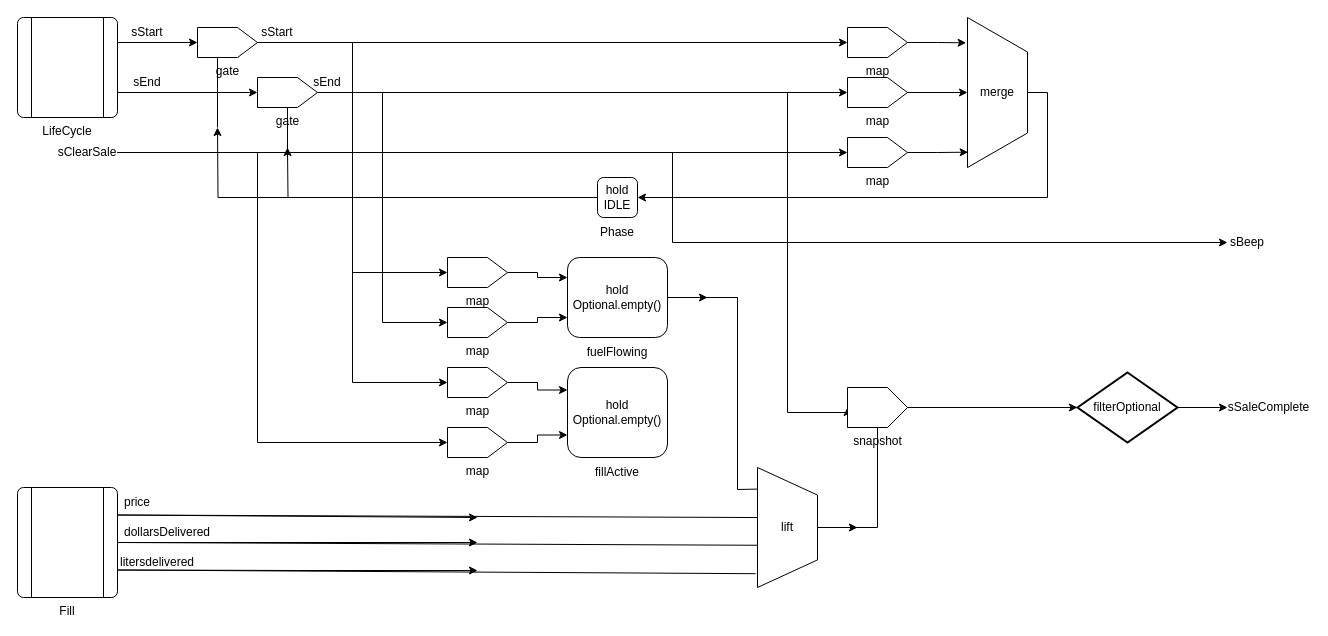
Above: NotifyPointOfSale.drawio in suzuki-taro-29/FRP-chap4-diagrams (draw.io), before the change. Source tidied: cells renumbered, new cells numbered last; positions are measured from the earlier drawing's top-left corner, leaving out a move shared by most shapes. Both pictures are drawn from the tidied source at 100%, with x=0, y=0 at pixel (17, 17).
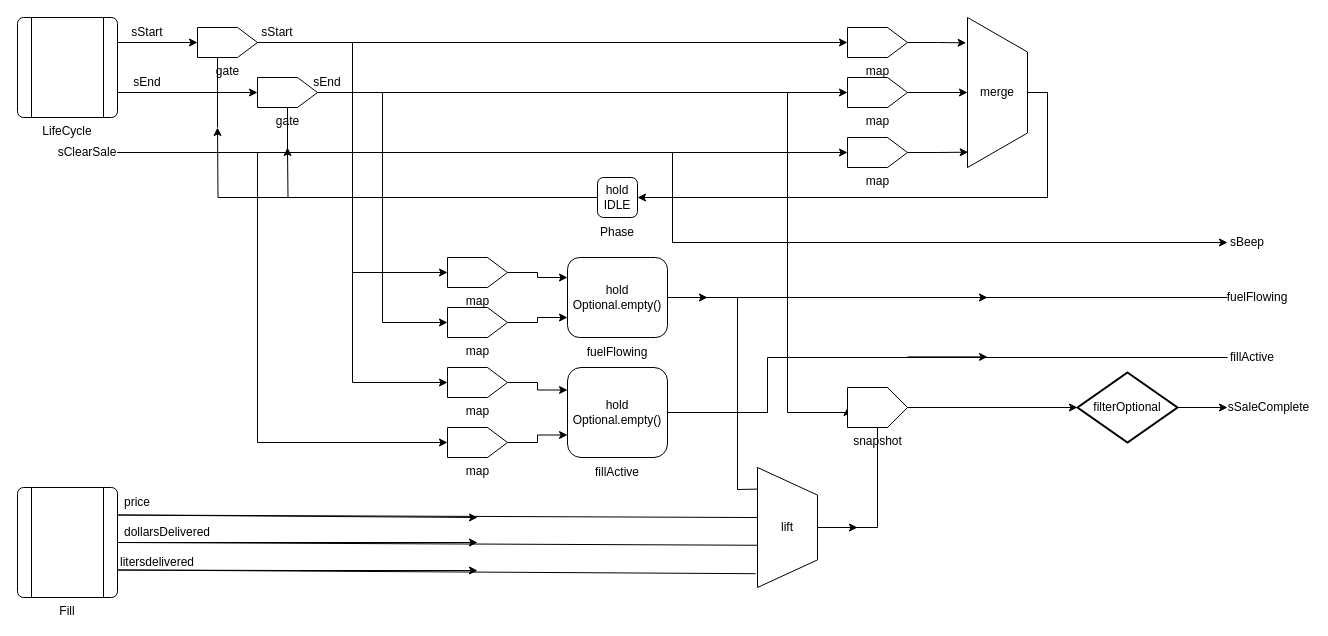
The same diagram, later.

Commit message:
NotifyPointOfSale.drawio を更新します

The change refers to these unchanged cells:
```xml
<mxCell id="17" value="hold&lt;div&gt;Optional.empty()&lt;/div&gt;" style="rounded=1;whiteSpace=wrap;html=1;" parent="1" vertex="1">
  <mxGeometry x="550" y="240" width="100" height="80" as="geometry" />
</mxCell>
<mxCell id="18" value="hold&lt;div&gt;Optional.empty()&lt;/div&gt;" style="rounded=1;whiteSpace=wrap;html=1;" parent="1" vertex="1">
  <mxGeometry x="550" y="350" width="100" height="90" as="geometry" />
</mxCell>
```

What changed in the source:
```diff
@@
+    <mxCell id="69" style="endArrow=none;html=1;rounded=0;exitX=1;exitY=0.5;exitDx=0;exitDy=0;entryX=0;entryY=0.5;entryDx=0;entryDy=0;" parent="1" edge="1" source="18" target="71">
+      <mxGeometry relative="1" as="geometry">
+        <Array as="points">
+          <mxPoint x="750" y="395" />
+          <mxPoint x="750" y="340" />
+        </Array>
+      </mxGeometry>
+    </mxCell>
+    <mxCell id="70" style="endArrow=classic;html=1;rounded=0;" parent="1" edge="1">
+      <mxGeometry relative="1" as="geometry">
+        <mxPoint x="890" y="339.4" as="sourcePoint" />
+        <mxPoint x="970" y="339.4" as="targetPoint" />
+      </mxGeometry>
+    </mxCell>
+    <mxCell id="71" value="fillActive" style="text;html=1;align=center;verticalAlign=middle;whiteSpace=wrap;rounded=0;" parent="1" vertex="1">
+      <mxGeometry x="1210" y="325" width="50" height="30" as="geometry" />
+    </mxCell>
+    <mxCell id="72" value="fuelFlowing" style="text;html=1;align=center;verticalAlign=middle;whiteSpace=wrap;rounded=0;" parent="1" vertex="1">
+      <mxGeometry x="1210" y="265" width="60" height="30" as="geometry" />
+    </mxCell>
+    <mxCell id="73" style="endArrow=none;html=1;rounded=0;exitX=1;exitY=0.5;exitDx=0;exitDy=0;entryX=0;entryY=0.5;entryDx=0;entryDy=0;" parent="1" edge="1" source="17" target="72">
+      <mxGeometry relative="1" as="geometry" />
+    </mxCell>
+    <mxCell id="74" style="endArrow=classic;html=1;rounded=0;" parent="1" edge="1">
+      <mxGeometry relative="1" as="geometry">
+        <mxPoint x="800" y="280" as="sourcePoint" />
+        <mxPoint x="970" y="280" as="targetPoint" />
+      </mxGeometry>
+    </mxCell>
```
